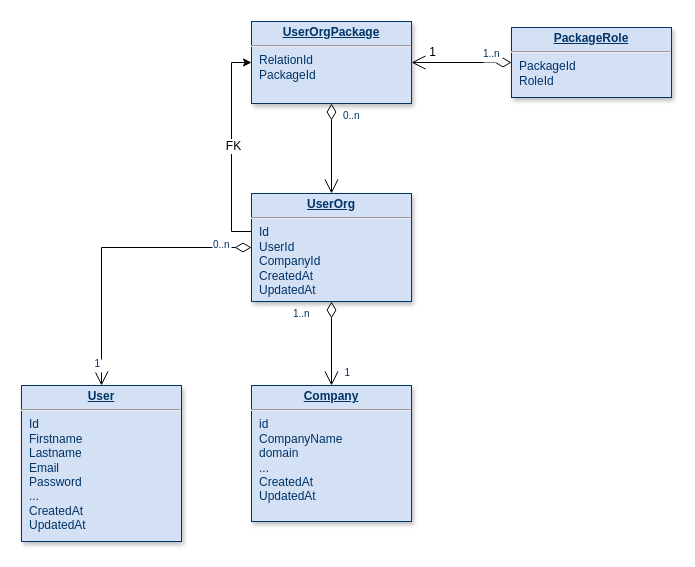
Earlier version of the draw.io diagram multi_orgs.drawio (yindongjun/gangzhang.github.io). Source tidied: cells renumbered, new cells numbered last; positions are measured from the earlier drawing's top-left corner, leaving out a move shared by most shapes. Both pictures are drawn from the tidied source at 100%, with x=0, y=0 at pixel (21, 21).
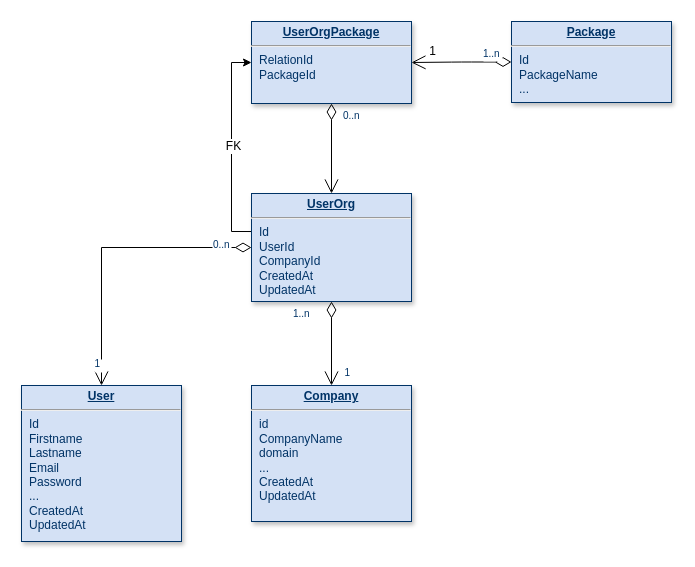
After the change.

Change to the diagram source:
```diff
@@
-    <mxCell id="15" value="&lt;p style=&quot;margin: 0px ; margin-top: 4px ; text-align: center ; text-decoration: underline&quot;&gt;&lt;strong&gt;PackageRole&lt;/strong&gt;&lt;/p&gt;&lt;hr&gt;&lt;p style=&quot;margin: 0px ; margin-left: 8px&quot;&gt;PackageId&lt;/p&gt;&lt;p style=&quot;margin: 0px ; margin-left: 8px&quot;&gt;RoleId&lt;/p&gt;" style="verticalAlign=top;align=left;overflow=fill;fontSize=12;fontFamily=Helvetica;html=1;strokeColor=#003366;shadow=1;fillColor=#D4E1F5;fontColor=#003366;" parent="1" vertex="1">
-      <mxGeometry x="490" y="6" width="160" height="70" as="geometry" />
+    <mxCell id="15" value="&lt;p style=&quot;margin: 0px ; margin-top: 4px ; text-align: center ; text-decoration: underline&quot;&gt;&lt;strong&gt;Package&lt;/strong&gt;&lt;/p&gt;&lt;hr&gt;&lt;p style=&quot;margin: 0px ; margin-left: 8px&quot;&gt;Id&lt;/p&gt;&lt;p style=&quot;margin: 0px ; margin-left: 8px&quot;&gt;PackageName&lt;/p&gt;&lt;p style=&quot;margin: 0px ; margin-left: 8px&quot;&gt;...&lt;/p&gt;" style="verticalAlign=top;align=left;overflow=fill;fontSize=12;fontFamily=Helvetica;html=1;strokeColor=#003366;shadow=1;fillColor=#D4E1F5;fontColor=#003366;" parent="1" vertex="1">
+      <mxGeometry x="490" width="160" height="81" as="geometry" />
     </mxCell>
```
